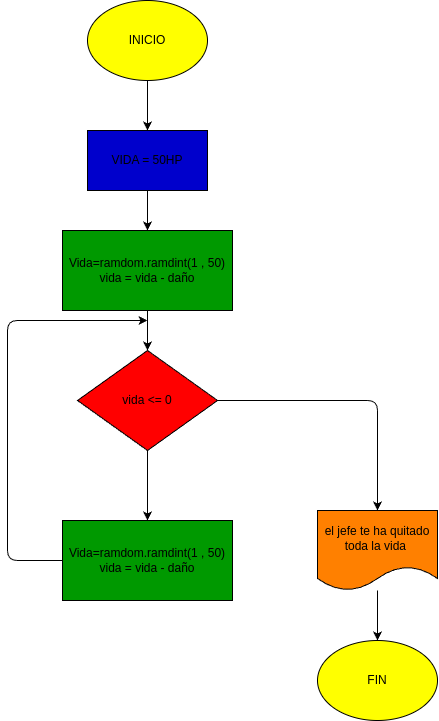
Above: ejercicio_2/diagrama.png in dani72405bue/EJERCICIOS_PRACTICA_WHILE (draw.io), before the change. Source tidied: cells renumbered, new cells last; positions are measured from the earlier drawing's top-left corner, leaving out a move shared by most shapes.
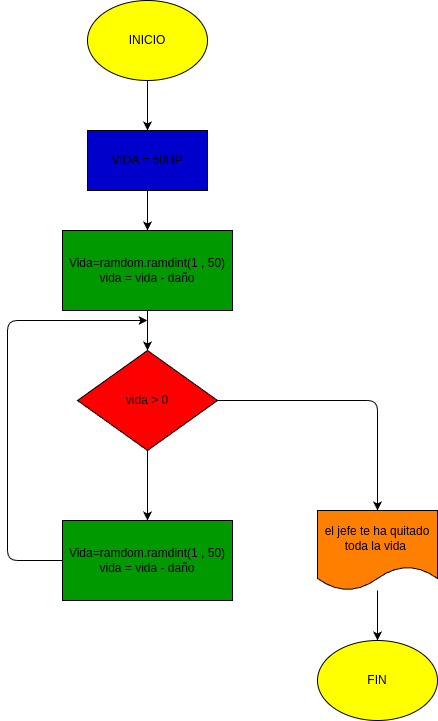
The same diagram one commit later.

Commit message:
se actualizo el readme con analisis y diseño

The edit, as a diff of the source:
```diff
@@ -15,7 +15,7 @@
     <mxCell id="4" style="edgeStyle=none;html=1;entryX=0.5;entryY=0;entryDx=0;entryDy=0;" parent="1" edge="1" source="5" target="13">
       <mxGeometry relative="1" as="geometry" />
     </mxCell>
-    <mxCell id="5" value="vida &amp;lt;= 0" style="rhombus;whiteSpace=wrap;html=1;fillColor=#FF0000;" parent="1" vertex="1">
+    <mxCell id="5" value="vida &amp;gt; 0" style="rhombus;whiteSpace=wrap;html=1;fillColor=#FF0000;" parent="1" vertex="1">
       <mxGeometry x="70" y="350" width="140" height="100" as="geometry" />
     </mxCell>
     <mxCell id="6" style="edgeStyle=none;html=1;entryX=0.5;entryY=0;entryDx=0;entryDy=0;" parent="1" edge="1" source="7" target="9">
```
